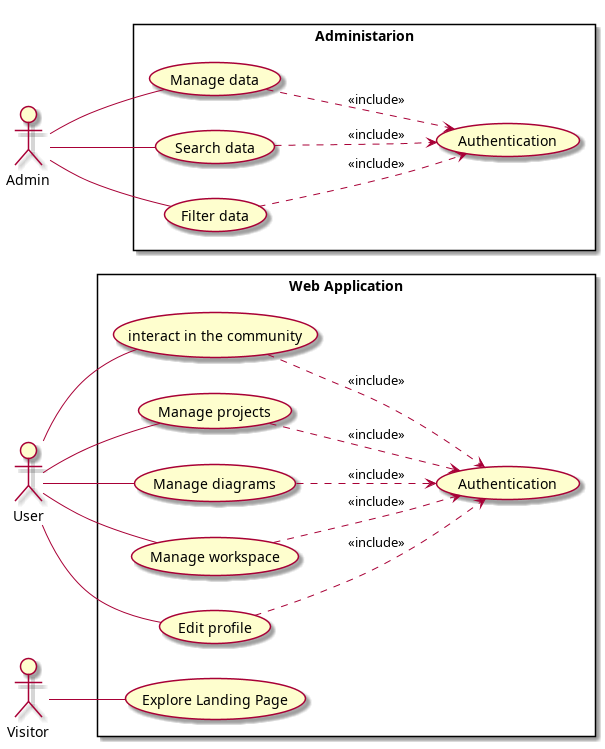
souhaib-askri/report_pfe keeps this PlantUML diagram as conception/global_use_case_diagram.png. Above is the earlier version. Its source is kept beside it as conception/global_use_case_diagram.puml.
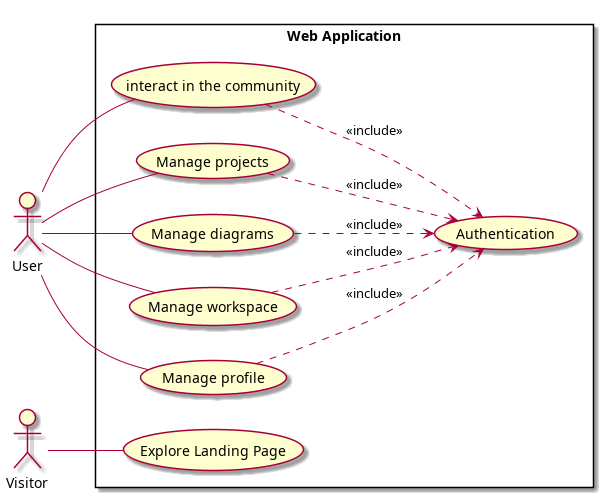
After the commit.

What changed in the source:
```diff
@@ -3,7 +3,7 @@
 left to right direction
 
 actor "User" as User
-actor "Admin" as Admin
+
 actor "Visitor" as Visitor
 
 rectangle "Web Application" {
@@ -14,19 +14,13 @@
     usecase "Manage projects" as ManageProjects
     usecase "Manage diagrams" as ManageDiagrams
     usecase "Manage workspace" as ManageWorkspace
-    usecase "Edit profile" as EditProfile
+    usecase "Manage profile" as EditProfile
 
 
 
 }
 
-rectangle "Administarion" {
-    usecase "Authentication" as admin_auth
 
-    usecase "Manage data" as ManageData
-    usecase "Search data" as SearchData
-    usecase "Filter data" as FilterData
-}
 
 Visitor -- ExploreLandingPage
 User -- InteractWithCommunity
@@ -36,19 +30,12 @@
 User -- ManageWorkspace
 
 
-Admin -- ManageData
-Admin -- SearchData
-Admin -- FilterData
-
 
 InteractWithCommunity ..> user_auth : <<include>>
 ManageProjects ..> user_auth : <<include>>
 ManageDiagrams ..> user_auth : <<include>>
 ManageWorkspace ..> user_auth : <<include>>
 EditProfile ..> user_auth : <<include>>
-ManageData ..> admin_auth : <<include>>
-SearchData ..> admin_auth : <<include>>
-FilterData ..> admin_auth : <<include>>
 
 
 
```
